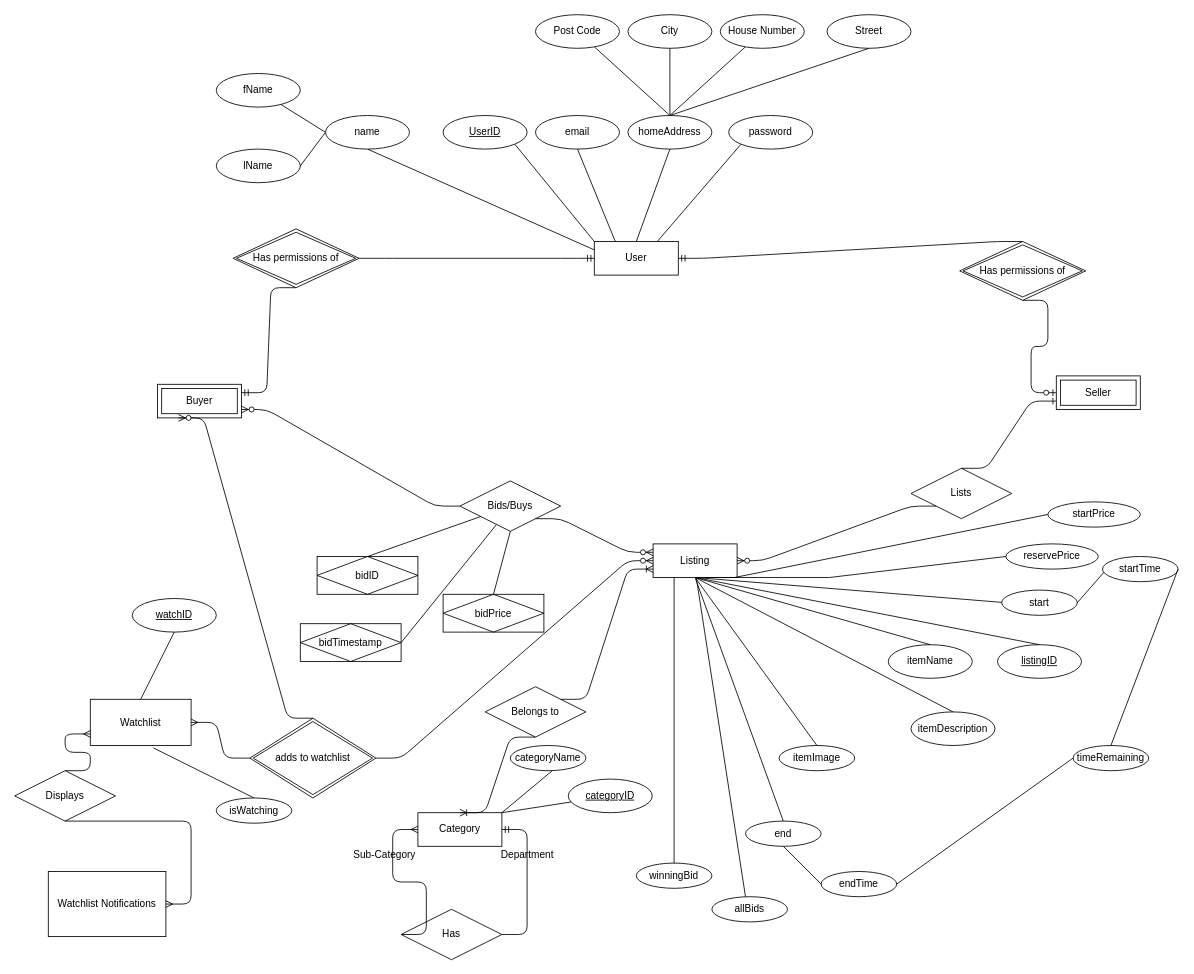
The draw.io diagram working_ERD.drawio in rwshaw/Auction-Website, before the edit. Source tidied: cells renumbered, new cells numbered last; positions are measured from the earlier drawing's top-left corner, leaving out a move shared by most shapes. Both pictures are drawn from the tidied source at 84%, with x=0, y=0 at pixel (14, 14).
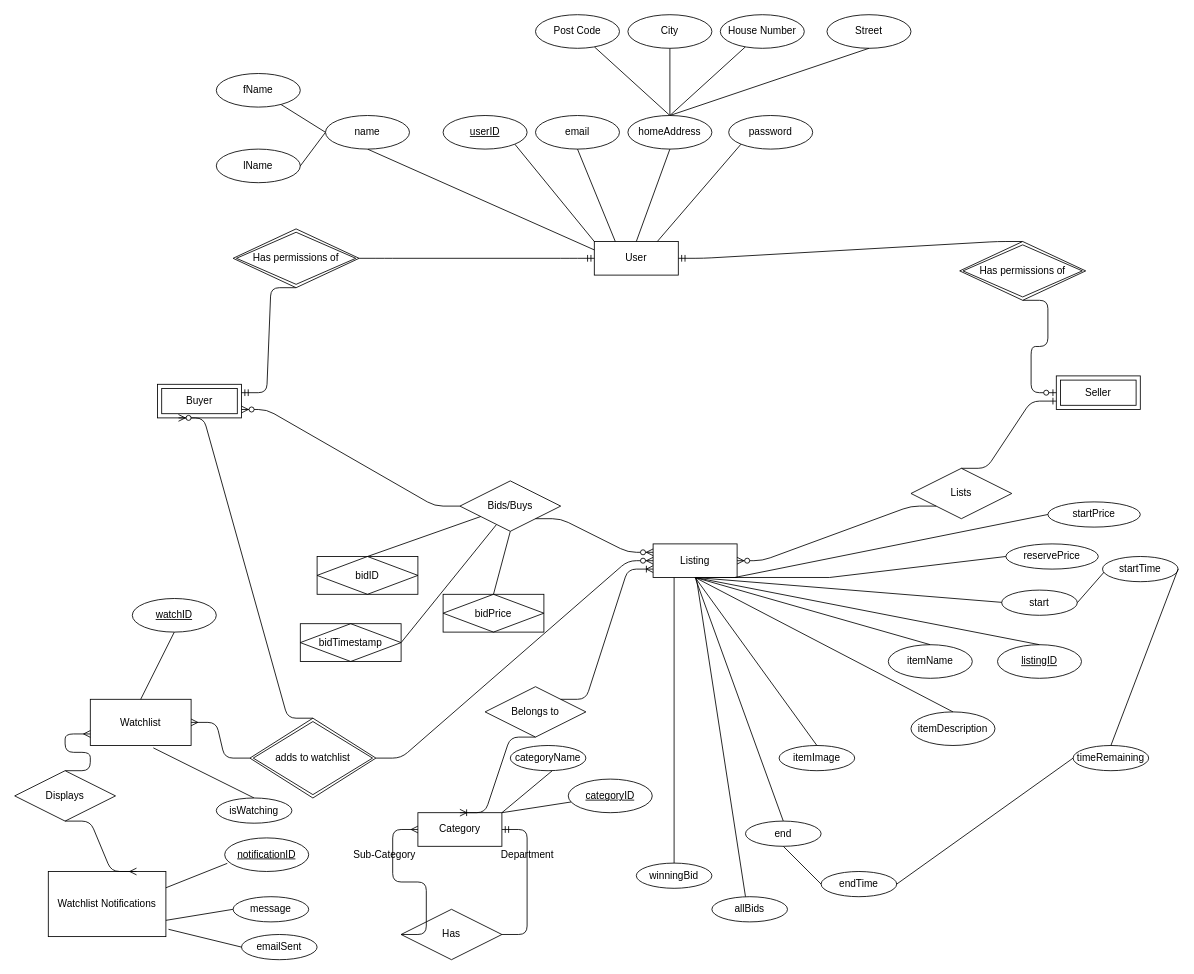
The same diagram, later.

Unchanged cells that the change refers to:
```xml
<mxCell id="95" value="Watchlist Notifications" style="whiteSpace=wrap;html=1;align=center;" parent="1" vertex="1">
  <mxGeometry x="40" y="1020" width="140" height="77.5" as="geometry" />
</mxCell>
<mxCell id="97" value="Displays" style="shape=rhombus;perimeter=rhombusPerimeter;whiteSpace=wrap;html=1;align=center;" parent="1" vertex="1">
  <mxGeometry y="900" width="120" height="60" as="geometry" />
</mxCell>
```

Change to the diagram source:
```diff
@@
-    <mxCell id="30" value="&lt;u&gt;UserID&lt;/u&gt;" style="ellipse;whiteSpace=wrap;html=1;align=center;" parent="1" vertex="1">
+    <mxCell id="30" value="&lt;u&gt;userID&lt;/u&gt;" style="ellipse;whiteSpace=wrap;html=1;align=center;" parent="1" vertex="1">
       <mxGeometry x="510" y="120" width="100" height="40" as="geometry" />
     </mxCell>
@@
-    <mxCell id="98" style="edgeStyle=entityRelationEdgeStyle;fontSize=12;html=1;endArrow=ERmany;exitX=0.5;exitY=1;exitDx=0;exitDy=0;" parent="1" edge="1" source="97" target="95">
+    <mxCell id="98" style="edgeStyle=entityRelationEdgeStyle;fontSize=12;html=1;endArrow=ERmany;exitX=0.5;exitY=1;exitDx=0;exitDy=0;entryX=0.75;entryY=0;entryDx=0;entryDy=0;" parent="1" edge="1" source="97" target="95">
       <mxGeometry relative="1" as="geometry" />
     </mxCell>
+    <mxCell id="99" value="message" style="ellipse;whiteSpace=wrap;html=1;align=center;" parent="1" vertex="1">
+      <mxGeometry x="260" y="1050" width="90" height="30" as="geometry" />
+    </mxCell>
+    <mxCell id="100" style="endArrow=none;html=1;rounded=0;exitX=1;exitY=0.75;exitDx=0;exitDy=0;entryX=0;entryY=0.5;entryDx=0;entryDy=0;" parent="1" edge="1" source="95" target="99">
+      <mxGeometry relative="1" as="geometry" />
+    </mxCell>
+    <mxCell id="101" value="emailSent" style="ellipse;whiteSpace=wrap;html=1;align=center;" parent="1" vertex="1">
+      <mxGeometry x="270" y="1095" width="90" height="30" as="geometry" />
+    </mxCell>
+    <mxCell id="102" style="endArrow=none;html=1;rounded=0;exitX=1.022;exitY=0.888;exitDx=0;exitDy=0;exitPerimeter=0;" parent="1" edge="1" source="95">
+      <mxGeometry relative="1" as="geometry">
+        <mxPoint x="270" y="1110" as="targetPoint" />
+      </mxGeometry>
+    </mxCell>
+    <mxCell id="103" value="notificationID" style="ellipse;whiteSpace=wrap;html=1;align=center;fontStyle=4;" parent="1" vertex="1">
+      <mxGeometry x="250" y="980" width="100" height="40" as="geometry" />
+    </mxCell>
+    <mxCell id="104" style="endArrow=none;html=1;rounded=0;exitX=1;exitY=0.25;exitDx=0;exitDy=0;entryX=0.031;entryY=0.757;entryDx=0;entryDy=0;entryPerimeter=0;" parent="1" edge="1" source="95" target="103">
+      <mxGeometry relative="1" as="geometry" />
+    </mxCell>
```
